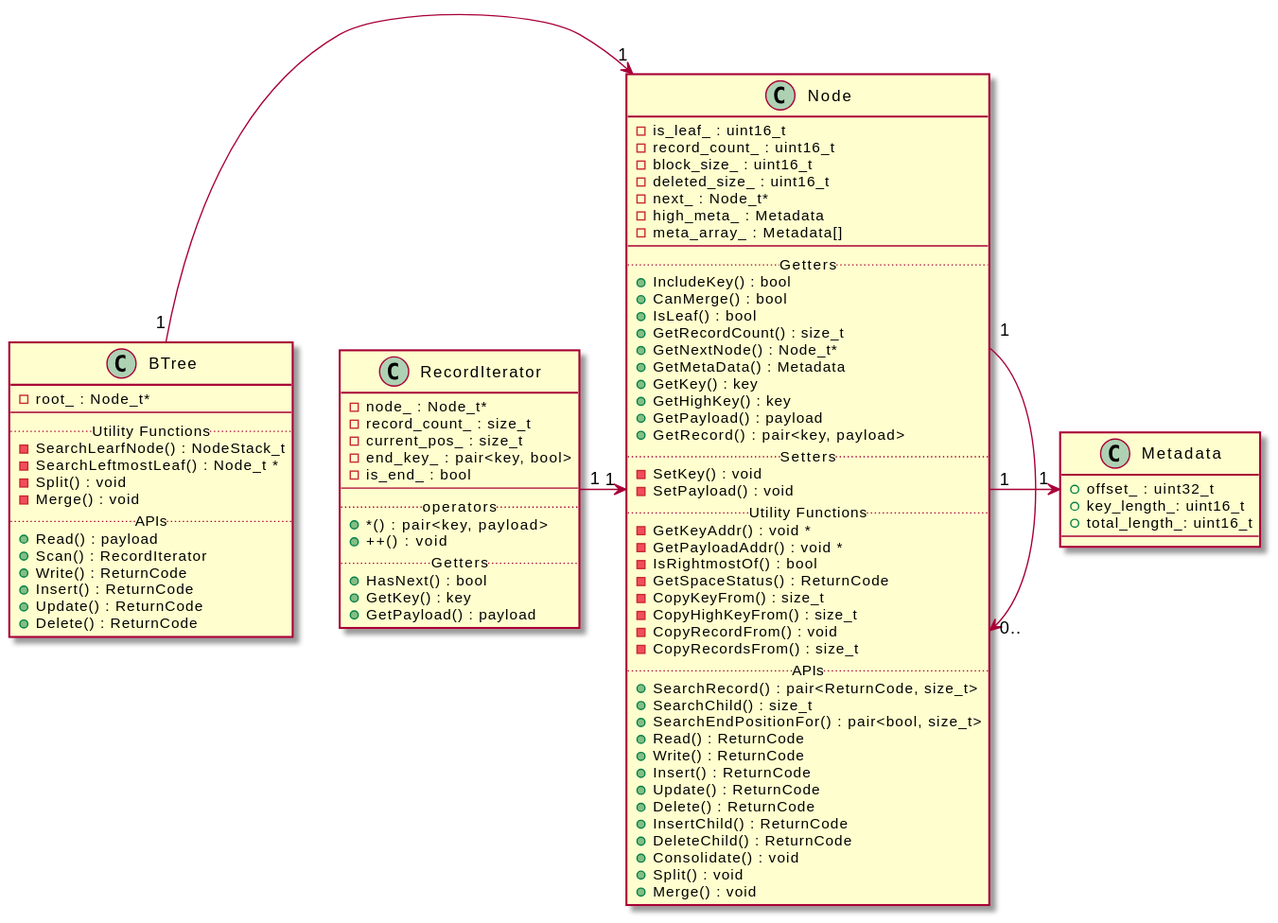
dbgroup-nagoya-u/b-tree keeps this PlantUML diagram as design_doc/figures/b_tree_class.svg. Above is the earlier version.
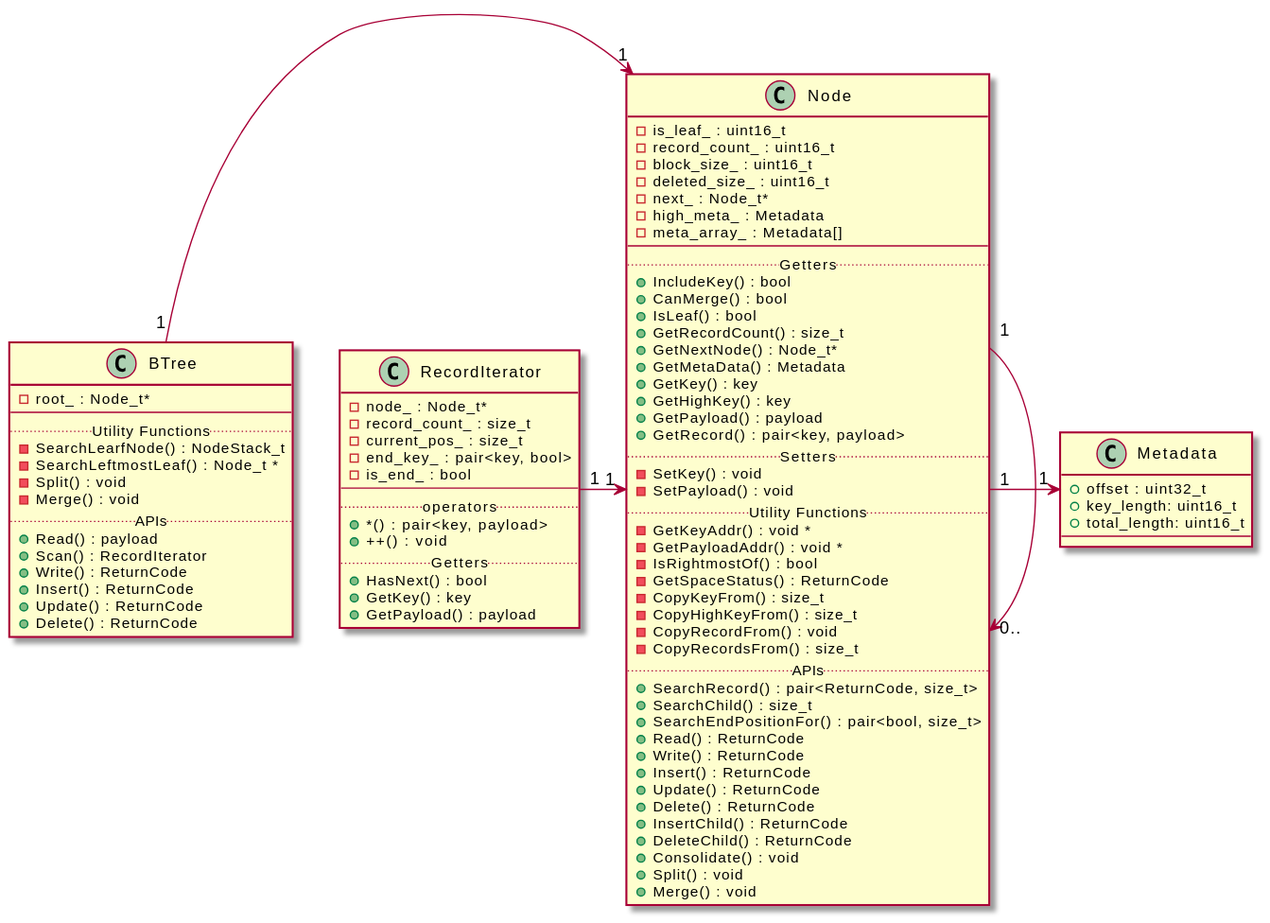
Above is the later version.

Change to the diagram source:
```diff
@@ -66,9 +66,9 @@
 }
 
 class Metadata{
-  +offset_ : uint32_t
-  +key_length_: uint16_t
-  +total_length_: uint16_t
+  +offset : uint32_t
+  +key_length: uint16_t
+  +total_length: uint16_t
 --
 }
 
```
